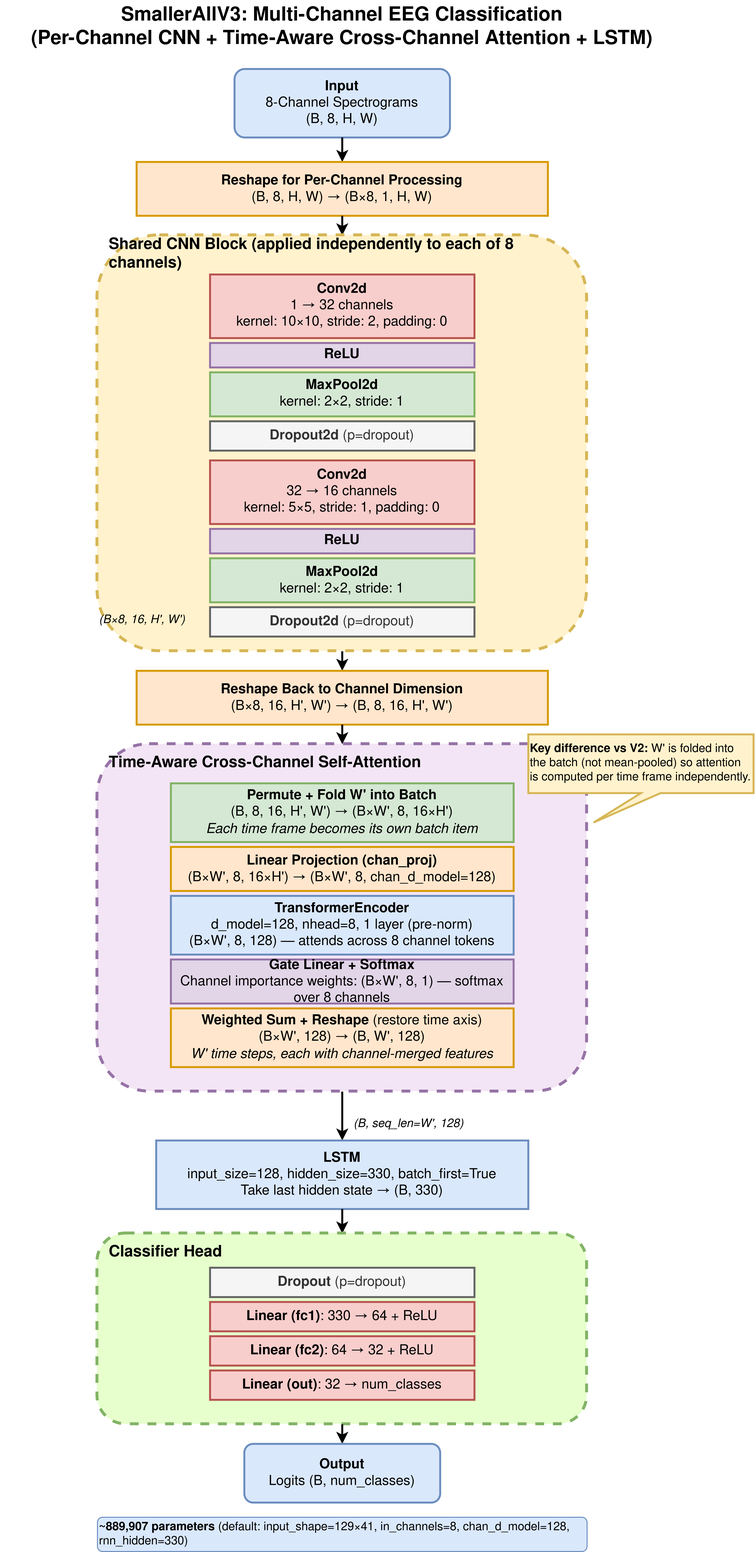
Before: docs/architecture-diagrams/SmallerAllV3_architecture.drawio.png, a diagram exported from draw.io (mtichavsky/eeg). Source tidied: cells renumbered, new cells last; positions are measured from the earlier drawing's top-left corner, leaving out a move shared by most shapes.
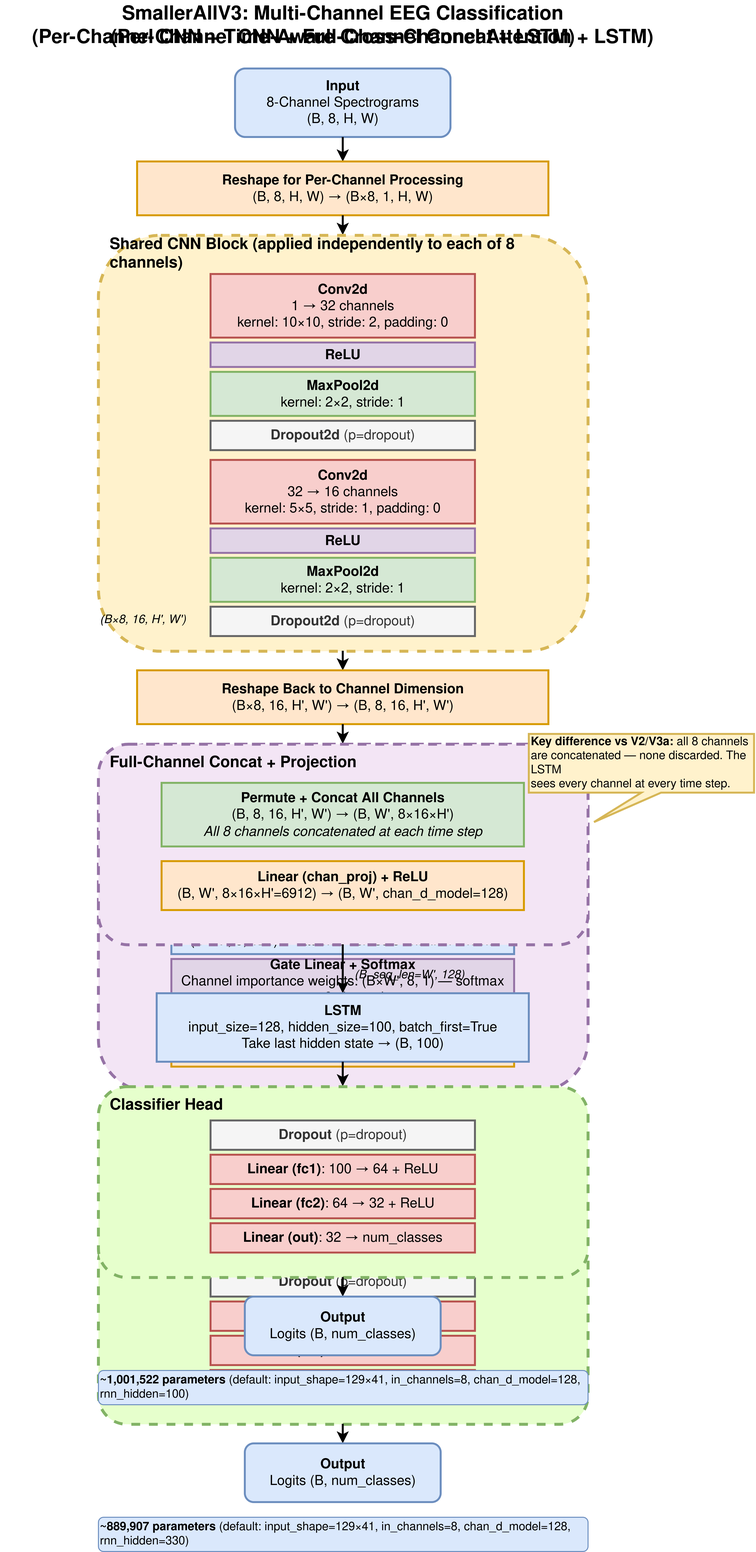
Later version of the same file.

Commit message:
Redesign SmallerAllV3: concat channels instead of attention

Diff of the diagram source:
```diff
@@ -122,5 +122,116 @@
     <mxCell id="41" value="&lt;b&gt;~889,907 parameters&lt;/b&gt; (default: input_shape=129×41, in_channels=8, chan_d_model=128, rnn_hidden=330)" style="text;html=1;strokeColor=#6c8ebf;fillColor=#dae8fc;align=left;verticalAlign=middle;whiteSpace=wrap;rounded=1;fontSize=12;" parent="1" vertex="1">
       <mxGeometry x="100" y="1550" width="500" height="35" as="geometry" />
     </mxCell>
+    <mxCell id="42" value="SmallerAllV3: Multi-Channel EEG Classification&lt;br&gt;(Per-Channel CNN + Full-Channel Concat + LSTM)" style="text;html=1;strokeColor=none;fillColor=none;align=center;verticalAlign=middle;whiteSpace=wrap;rounded=0;fontSize=20;fontStyle=1;" parent="1" vertex="1">
+      <mxGeometry width="700" height="55" as="geometry" />
+    </mxCell>
+    <mxCell id="43" value="&lt;font style=&quot;font-size: 14px;&quot;&gt;&lt;b&gt;Input&lt;/b&gt;&lt;br&gt;8-Channel Spectrograms&lt;br&gt;(B, 8, H, W)&lt;/font&gt;" style="rounded=1;whiteSpace=wrap;html=1;fillColor=#dae8fc;strokeColor=#6c8ebf;strokeWidth=2;" parent="1" vertex="1">
+      <mxGeometry x="240" y="70" width="220" height="70" as="geometry" />
+    </mxCell>
+    <mxCell id="44" style="endArrow=classic;html=1;strokeWidth=2;exitX=0.5;exitY=1;exitDx=0;exitDy=0;entryX=0.5;entryY=0;entryDx=0;entryDy=0;" parent="1" edge="1" source="43" target="45">
+      <mxGeometry relative="1" as="geometry" />
+    </mxCell>
+    <mxCell id="45" value="&lt;font style=&quot;font-size: 14px;&quot;&gt;&lt;b&gt;Reshape for Per-Channel Processing&lt;/b&gt;&lt;br&gt;(B, 8, H, W) → (B×8, 1, H, W)&lt;/font&gt;" style="rounded=0;whiteSpace=wrap;html=1;fillColor=#ffe6cc;strokeColor=#d79b00;strokeWidth=2;" parent="1" vertex="1">
+      <mxGeometry x="140" y="165" width="420" height="55" as="geometry" />
+    </mxCell>
+    <mxCell id="46" style="endArrow=classic;html=1;strokeWidth=2;exitX=0.5;exitY=1;exitDx=0;exitDy=0;entryX=0.5;entryY=0;entryDx=0;entryDy=0;" parent="1" edge="1" source="45" target="47">
+      <mxGeometry relative="1" as="geometry" />
+    </mxCell>
+    <mxCell id="47" style="rounded=1;whiteSpace=wrap;html=1;fillColor=#fff2cc;strokeColor=#d6b656;strokeWidth=3;dashed=1;" parent="1" vertex="1">
+      <mxGeometry x="100" y="240" width="500" height="425" as="geometry" />
+    </mxCell>
+    <mxCell id="48" value="&lt;b style=&quot;font-size: 16px;&quot;&gt;Shared CNN Block (applied independently to each of 8 channels)&lt;/b&gt;" style="text;html=1;strokeColor=none;fillColor=none;align=left;verticalAlign=middle;whiteSpace=wrap;rounded=0;fontSize=16;" parent="1" vertex="1">
+      <mxGeometry x="110" y="245" width="470" height="30" as="geometry" />
+    </mxCell>
+    <mxCell id="49" value="&lt;font style=&quot;font-size: 14px;&quot;&gt;&lt;b&gt;Conv2d&lt;/b&gt;&lt;br&gt;1 → 32 channels&lt;br&gt;kernel: 10×10, stride: 2, padding: 0&lt;/font&gt;" style="rounded=0;whiteSpace=wrap;html=1;fillColor=#f8cecc;strokeColor=#b85450;strokeWidth=2;" parent="1" vertex="1">
+      <mxGeometry x="215" y="280" width="270" height="65" as="geometry" />
+    </mxCell>
+    <mxCell id="50" value="&lt;font style=&quot;font-size: 14px;&quot;&gt;&lt;b&gt;ReLU&lt;/b&gt;&lt;/font&gt;" style="rounded=0;whiteSpace=wrap;html=1;fillColor=#e1d5e7;strokeColor=#9673a6;strokeWidth=2;" parent="1" vertex="1">
+      <mxGeometry x="215" y="350" width="270" height="25" as="geometry" />
+    </mxCell>
+    <mxCell id="51" value="&lt;font style=&quot;font-size: 14px;&quot;&gt;&lt;b&gt;MaxPool2d&lt;/b&gt;&lt;br&gt;kernel: 2×2, stride: 1&lt;/font&gt;" style="rounded=0;whiteSpace=wrap;html=1;fillColor=#d5e8d4;strokeColor=#82b366;strokeWidth=2;" parent="1" vertex="1">
+      <mxGeometry x="215" y="380" width="270" height="45" as="geometry" />
+    </mxCell>
+    <mxCell id="52" value="&lt;font style=&quot;font-size: 14px;&quot;&gt;&lt;b&gt;Dropout2d&lt;/b&gt; (p=dropout)&lt;/font&gt;" style="rounded=0;whiteSpace=wrap;html=1;fillColor=#f5f5f5;strokeColor=#666666;strokeWidth=2;fontColor=#333333;" parent="1" vertex="1">
+      <mxGeometry x="215" y="430" width="270" height="30" as="geometry" />
+    </mxCell>
+    <mxCell id="53" value="&lt;font style=&quot;font-size: 14px;&quot;&gt;&lt;b&gt;Conv2d&lt;/b&gt;&lt;br&gt;32 → 16 channels&lt;br&gt;kernel: 5×5, stride: 1, padding: 0&lt;/font&gt;" style="rounded=0;whiteSpace=wrap;html=1;fillColor=#f8cecc;strokeColor=#b85450;strokeWidth=2;" parent="1" vertex="1">
+      <mxGeometry x="215" y="470" width="270" height="65" as="geometry" />
+    </mxCell>
+    <mxCell id="54" value="&lt;font style=&quot;font-size: 14px;&quot;&gt;&lt;b&gt;ReLU&lt;/b&gt;&lt;/font&gt;" style="rounded=0;whiteSpace=wrap;html=1;fillColor=#e1d5e7;strokeColor=#9673a6;strokeWidth=2;" parent="1" vertex="1">
+      <mxGeometry x="215" y="540" width="270" height="25" as="geometry" />
+    </mxCell>
+    <mxCell id="55" value="&lt;font style=&quot;font-size: 14px;&quot;&gt;&lt;b&gt;MaxPool2d&lt;/b&gt;&lt;br&gt;kernel: 2×2, stride: 1&lt;/font&gt;" style="rounded=0;whiteSpace=wrap;html=1;fillColor=#d5e8d4;strokeColor=#82b366;strokeWidth=2;" parent="1" vertex="1">
+      <mxGeometry x="215" y="570" width="270" height="45" as="geometry" />
+    </mxCell>
+    <mxCell id="56" value="&lt;font style=&quot;font-size: 14px;&quot;&gt;&lt;b&gt;Dropout2d&lt;/b&gt; (p=dropout)&lt;/font&gt;" style="rounded=0;whiteSpace=wrap;html=1;fillColor=#f5f5f5;strokeColor=#666666;strokeWidth=2;fontColor=#333333;" parent="1" vertex="1">
+      <mxGeometry x="215" y="620" width="270" height="30" as="geometry" />
+    </mxCell>
+    <mxCell id="57" value="&lt;font style=&quot;font-size: 12px;&quot;&gt;&lt;i&gt;(B×8, 16, H', W')&lt;/i&gt;&lt;/font&gt;" style="text;html=1;strokeColor=none;fillColor=none;align=left;verticalAlign=middle;whiteSpace=wrap;rounded=0;" parent="1" vertex="1">
+      <mxGeometry x="100" y="620" width="120" height="25" as="geometry" />
+    </mxCell>
+    <mxCell id="58" style="endArrow=classic;html=1;strokeWidth=2;exitX=0.5;exitY=1;exitDx=0;exitDy=0;entryX=0.5;entryY=0;entryDx=0;entryDy=0;" parent="1" edge="1" source="47" target="59">
+      <mxGeometry relative="1" as="geometry" />
+    </mxCell>
+    <mxCell id="59" value="&lt;font style=&quot;font-size: 14px;&quot;&gt;&lt;b&gt;Reshape Back to Channel Dimension&lt;/b&gt;&lt;br&gt;(B×8, 16, H', W') → (B, 8, 16, H', W')&lt;/font&gt;" style="rounded=0;whiteSpace=wrap;html=1;fillColor=#ffe6cc;strokeColor=#d79b00;strokeWidth=2;" parent="1" vertex="1">
+      <mxGeometry x="140" y="685" width="420" height="55" as="geometry" />
+    </mxCell>
+    <mxCell id="60" style="endArrow=classic;html=1;strokeWidth=2;exitX=0.5;exitY=1;exitDx=0;exitDy=0;entryX=0.5;entryY=0;entryDx=0;entryDy=0;" parent="1" edge="1" source="59" target="61">
+      <mxGeometry relative="1" as="geometry" />
+    </mxCell>
+    <mxCell id="61" style="rounded=1;whiteSpace=wrap;html=1;fillColor=#f3e5f5;strokeColor=#9673a6;strokeWidth=3;dashed=1;" parent="1" vertex="1">
+      <mxGeometry x="100" y="760" width="500" height="205" as="geometry" />
+    </mxCell>
+    <mxCell id="62" value="&lt;b style=&quot;font-size: 16px;&quot;&gt;Full-Channel Concat + Projection&lt;/b&gt;" style="text;html=1;strokeColor=none;fillColor=none;align=left;verticalAlign=middle;whiteSpace=wrap;rounded=0;fontSize=16;" parent="1" vertex="1">
+      <mxGeometry x="110" y="765" width="400" height="30" as="geometry" />
+    </mxCell>
+    <mxCell id="63" value="&lt;b&gt;Key difference vs V2/V3a:&lt;/b&gt; all 8 channels&lt;br&gt;are concatenated — none discarded. The LSTM&lt;br&gt;sees every channel at every time step." style="shape=callout;whiteSpace=wrap;html=1;fillColor=#fff2cc;strokeColor=#d6b656;strokeWidth=2;fontSize=12;align=left;position2=0.29;" parent="1" vertex="1">
+      <mxGeometry x="540" y="750" width="230" height="90" as="geometry" />
+    </mxCell>
+    <mxCell id="64" value="&lt;font style=&quot;font-size: 14px;&quot;&gt;&lt;b&gt;Permute + Concat All Channels&lt;/b&gt;&lt;br&gt;(B, 8, 16, H', W') → (B, W', 8×16×H')&lt;br&gt;&lt;i&gt;All 8 channels concatenated at each time step&lt;/i&gt;&lt;/font&gt;" style="rounded=0;whiteSpace=wrap;html=1;fillColor=#d5e8d4;strokeColor=#82b366;strokeWidth=2;" parent="1" vertex="1">
+      <mxGeometry x="165" y="800" width="370" height="65" as="geometry" />
+    </mxCell>
+    <mxCell id="65" value="&lt;font style=&quot;font-size: 14px;&quot;&gt;&lt;b&gt;Linear (chan_proj) + ReLU&lt;/b&gt;&lt;br&gt;(B, W', 8×16×H'=6912) → (B, W', chan_d_model=128)&lt;/font&gt;" style="rounded=0;whiteSpace=wrap;html=1;fillColor=#ffe6cc;strokeColor=#d79b00;strokeWidth=2;" parent="1" vertex="1">
+      <mxGeometry x="165" y="880" width="370" height="50" as="geometry" />
+    </mxCell>
+    <mxCell id="66" style="endArrow=classic;html=1;strokeWidth=2;exitX=0.5;exitY=1;exitDx=0;exitDy=0;entryX=0.5;entryY=0;entryDx=0;entryDy=0;" parent="1" edge="1" source="61" target="68">
+      <mxGeometry relative="1" as="geometry" />
+    </mxCell>
+    <mxCell id="67" value="&lt;font style=&quot;font-size: 12px;&quot;&gt;&lt;i&gt;(B, seq_len=W', 128)&lt;/i&gt;&lt;/font&gt;" style="text;html=1;strokeColor=none;fillColor=none;align=left;verticalAlign=middle;whiteSpace=wrap;rounded=0;" parent="1" vertex="1">
+      <mxGeometry x="360" y="983" width="160" height="25" as="geometry" />
+    </mxCell>
+    <mxCell id="68" value="&lt;font style=&quot;font-size: 14px;&quot;&gt;&lt;b&gt;LSTM&lt;/b&gt;&lt;br&gt;input_size=128, hidden_size=100, batch_first=True&lt;br&gt;Take last hidden state → (B, 100)&lt;/font&gt;" style="rounded=0;whiteSpace=wrap;html=1;fillColor=#dae8fc;strokeColor=#6c8ebf;strokeWidth=2;" parent="1" vertex="1">
+      <mxGeometry x="160" y="1015" width="380" height="70" as="geometry" />
+    </mxCell>
+    <mxCell id="69" style="endArrow=classic;html=1;strokeWidth=2;exitX=0.5;exitY=1;exitDx=0;exitDy=0;entryX=0.5;entryY=0;entryDx=0;entryDy=0;" parent="1" edge="1" source="68" target="70">
+      <mxGeometry relative="1" as="geometry" />
+    </mxCell>
+    <mxCell id="70" style="rounded=1;whiteSpace=wrap;html=1;fillColor=#e6ffcc;strokeColor=#82b366;strokeWidth=3;dashed=1;" parent="1" vertex="1">
+      <mxGeometry x="100" y="1110" width="500" height="195" as="geometry" />
+    </mxCell>
+    <mxCell id="71" value="&lt;b style=&quot;font-size: 16px;&quot;&gt;Classifier Head&lt;/b&gt;" style="text;html=1;strokeColor=none;fillColor=none;align=left;verticalAlign=middle;whiteSpace=wrap;rounded=0;fontSize=16;" parent="1" vertex="1">
+      <mxGeometry x="110" y="1115" width="140" height="30" as="geometry" />
+    </mxCell>
+    <mxCell id="72" value="&lt;font style=&quot;font-size: 14px;&quot;&gt;&lt;b&gt;Dropout&lt;/b&gt; (p=dropout)&lt;/font&gt;" style="rounded=0;whiteSpace=wrap;html=1;fillColor=#f5f5f5;strokeColor=#666666;strokeWidth=2;fontColor=#333333;" parent="1" vertex="1">
+      <mxGeometry x="215" y="1145" width="270" height="30" as="geometry" />
+    </mxCell>
+    <mxCell id="73" value="&lt;font style=&quot;font-size: 14px;&quot;&gt;&lt;b&gt;Linear (fc1)&lt;/b&gt;: 100 → 64 + ReLU&lt;/font&gt;" style="rounded=0;whiteSpace=wrap;html=1;fillColor=#f8cecc;strokeColor=#b85450;strokeWidth=2;" parent="1" vertex="1">
+      <mxGeometry x="215" y="1180" width="270" height="30" as="geometry" />
+    </mxCell>
+    <mxCell id="74" value="&lt;font style=&quot;font-size: 14px;&quot;&gt;&lt;b&gt;Linear (fc2)&lt;/b&gt;: 64 → 32 + ReLU&lt;/font&gt;" style="rounded=0;whiteSpace=wrap;html=1;fillColor=#f8cecc;strokeColor=#b85450;strokeWidth=2;" parent="1" vertex="1">
+      <mxGeometry x="215" y="1215" width="270" height="30" as="geometry" />
+    </mxCell>
+    <mxCell id="75" value="&lt;font style=&quot;font-size: 14px;&quot;&gt;&lt;b&gt;Linear (out)&lt;/b&gt;: 32 → num_classes&lt;/font&gt;" style="rounded=0;whiteSpace=wrap;html=1;fillColor=#f8cecc;strokeColor=#b85450;strokeWidth=2;" parent="1" vertex="1">
+      <mxGeometry x="215" y="1250" width="270" height="30" as="geometry" />
+    </mxCell>
+    <mxCell id="76" style="endArrow=classic;html=1;strokeWidth=2;exitX=0.5;exitY=1;exitDx=0;exitDy=0;entryX=0.5;entryY=0;entryDx=0;entryDy=0;" parent="1" edge="1" source="70" target="77">
+      <mxGeometry relative="1" as="geometry" />
+    </mxCell>
+    <mxCell id="77" value="&lt;font style=&quot;font-size: 14px;&quot;&gt;&lt;b&gt;Output&lt;/b&gt;&lt;br&gt;Logits (B, num_classes)&lt;/font&gt;" style="rounded=1;whiteSpace=wrap;html=1;fillColor=#dae8fc;strokeColor=#6c8ebf;strokeWidth=2;" parent="1" vertex="1">
+      <mxGeometry x="250" y="1325" width="200" height="60" as="geometry" />
+    </mxCell>
+    <mxCell id="78" value="&lt;b&gt;~1,001,522 parameters&lt;/b&gt; (default: input_shape=129×41, in_channels=8, chan_d_model=128, rnn_hidden=100)" style="text;html=1;strokeColor=#6c8ebf;fillColor=#dae8fc;align=left;verticalAlign=middle;whiteSpace=wrap;rounded=1;fontSize=12;" parent="1" vertex="1">
+      <mxGeometry x="100" y="1400" width="500" height="35" as="geometry" />
+    </mxCell>
   </root>
 </mxGraphModel>
```
